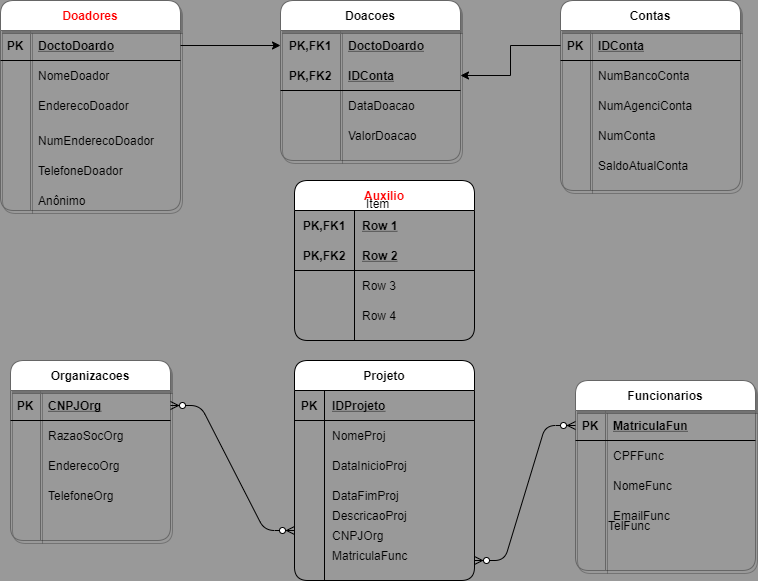
This is Untitled Diagram.png from CarlosECarvalho/ADModelagemDeInformacao, a draw.io export, as it was before one commit. Source tidied: cells renumbered, new cells last; positions are measured from the earlier drawing's top-left corner, leaving out a move shared by most shapes.
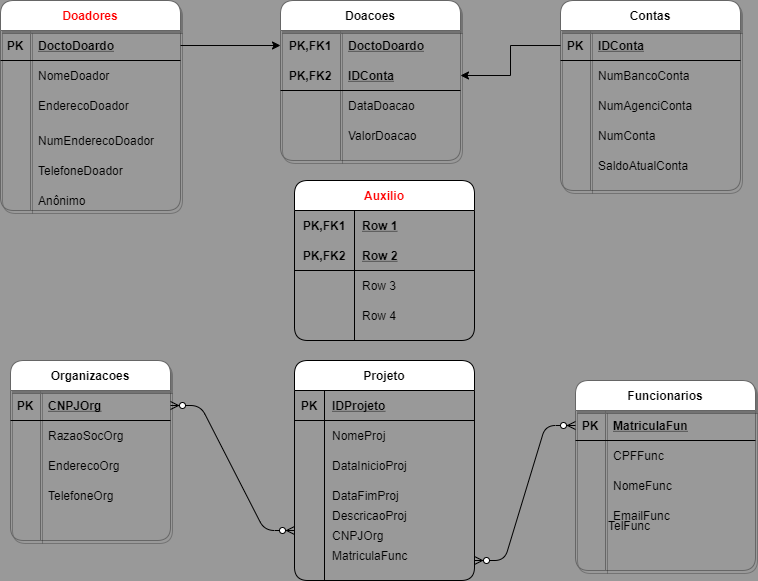
After the change.

Diff of the diagram source:
```diff
@@ -194,9 +194,6 @@
     <mxCell id="65" value="Row 4" style="shape=partialRectangle;fillColor=none;top=0;left=0;bottom=0;right=0;align=left;spacingLeft=6;overflow=hidden;" parent="63" vertex="1">
       <mxGeometry x="60" width="120" height="30" as="geometry" />
     </mxCell>
-    <mxCell id="66" value="Item" style="text;strokeColor=none;fillColor=none;spacingLeft=4;spacingRight=4;overflow=hidden;fontSize=12;" parent="1" vertex="1">
-      <mxGeometry x="360" y="190" width="40" height="30" as="geometry" />
-    </mxCell>
     <mxCell id="67" value="TelefoneDoador" style="shape=partialRectangle;fillColor=none;top=0;left=0;bottom=0;right=0;align=left;spacingLeft=6;overflow=hidden;rounded=1;" parent="1" vertex="1">
       <mxGeometry x="30" y="150" width="150" height="40" as="geometry" />
     </mxCell>
```
